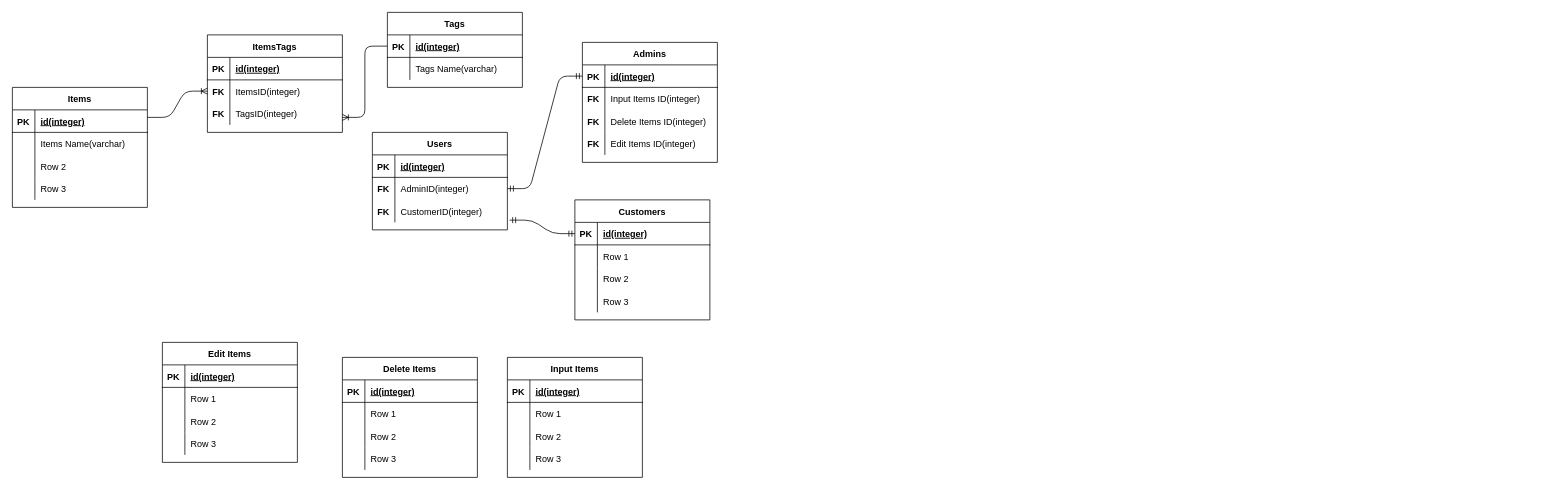
Above: ecommerce.drawio in fathurk/belajar-js (draw.io), before the change. Source tidied: cells renumbered, new cells numbered last; positions are measured from the earlier drawing's top-left corner, leaving out a move shared by most shapes. Both pictures are drawn from the tidied source at 75%, with x=0, y=0 at pixel (12, 12).
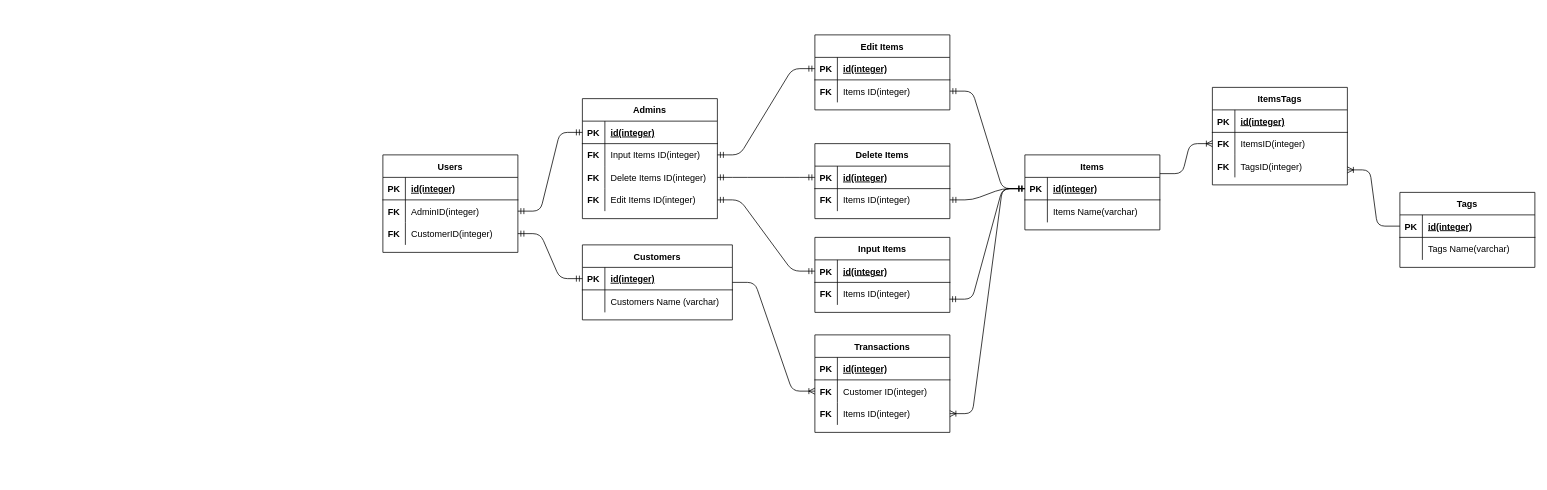
The same page after the edit.

Unchanged cells that the change refers to:
```xml
<mxCell id="9" style="shape=partialRectangle;fillColor=none;top=0;left=0;bottom=0;right=0;points=[[0,0.5],[1,0.5]];portConstraint=eastwest;" parent="2" vertex="1">
  <mxGeometry y="90" width="180" height="30" as="geometry" />
</mxCell>
<mxCell id="29" style="shape=partialRectangle;fillColor=none;top=0;left=0;bottom=0;right=0;points=[[0,0.5],[1,0.5]];portConstraint=eastwest;" parent="25" vertex="1">
  <mxGeometry y="60" width="180" height="30" as="geometry" />
</mxCell>
<mxCell id="32" style="shape=partialRectangle;fillColor=none;top=0;left=0;bottom=0;right=0;points=[[0,0.5],[1,0.5]];portConstraint=eastwest;" parent="25" vertex="1">
  <mxGeometry y="90" width="180" height="30" as="geometry" />
</mxCell>
<mxCell id="35" style="shape=partialRectangle;fillColor=none;top=0;left=0;bottom=0;right=0;points=[[0,0.5],[1,0.5]];portConstraint=eastwest;" parent="25" vertex="1">
  <mxGeometry y="120" width="180" height="30" as="geometry" />
</mxCell>
<mxCell id="39" style="shape=partialRectangle;fillColor=none;top=0;left=0;bottom=1;right=0;points=[[0,0.5],[1,0.5]];portConstraint=eastwest;" parent="38" vertex="1">
  <mxGeometry y="30" width="180" height="30" as="geometry" />
</mxCell>
<mxCell id="70" style="shape=partialRectangle;fillColor=none;top=0;left=0;bottom=1;right=0;points=[[0,0.5],[1,0.5]];portConstraint=eastwest;" parent="69" vertex="1">
  <mxGeometry y="30" width="180" height="30" as="geometry" />
</mxCell>
<mxCell id="73" style="shape=partialRectangle;fillColor=none;top=0;left=0;bottom=0;right=0;points=[[0,0.5],[1,0.5]];portConstraint=eastwest;" parent="69" vertex="1">
  <mxGeometry y="60" width="180" height="30" as="geometry" />
</mxCell>
<mxCell id="83" style="shape=partialRectangle;fillColor=none;top=0;left=0;bottom=1;right=0;points=[[0,0.5],[1,0.5]];portConstraint=eastwest;" parent="82" vertex="1">
  <mxGeometry y="30" width="180" height="30" as="geometry" />
</mxCell>
<mxCell id="86" style="shape=partialRectangle;fillColor=none;top=0;left=0;bottom=0;right=0;points=[[0,0.5],[1,0.5]];portConstraint=eastwest;" parent="82" vertex="1">
  <mxGeometry y="60" width="180" height="30" as="geometry" />
</mxCell>
<mxCell id="96" style="shape=partialRectangle;fillColor=none;top=0;left=0;bottom=1;right=0;points=[[0,0.5],[1,0.5]];portConstraint=eastwest;" parent="95" vertex="1">
  <mxGeometry y="30" width="180" height="30" as="geometry" />
</mxCell>
<mxCell id="99" style="shape=partialRectangle;fillColor=none;top=0;left=0;bottom=0;right=0;points=[[0,0.5],[1,0.5]];portConstraint=eastwest;" parent="95" vertex="1">
  <mxGeometry y="60" width="180" height="30" as="geometry" />
</mxCell>
```

Diff of the diagram source:
```diff
@@
     <mxCell id="2" value="Users" style="shape=table;startSize=30;childLayout=tableLayout;rowLines=0;fontStyle=1;align=center;" parent="1" vertex="1">
-      <mxGeometry x="480" y="160" width="180" height="130" as="geometry" />
+      <mxGeometry x="494" y="190" width="180" height="130" as="geometry" />
     </mxCell>
@@
     <mxCell id="12" value="Customers" style="shape=table;startSize=30;childLayout=tableLayout;rowLines=0;fontStyle=1;align=center;" parent="1" vertex="1">
-      <mxGeometry x="750" y="250" width="180" height="160" as="geometry" />
+      <mxGeometry x="760" y="310" width="200" height="100" as="geometry" />
     </mxCell>
     <mxCell id="13" style="shape=partialRectangle;fillColor=none;top=0;left=0;bottom=1;right=0;points=[[0,0.5],[1,0.5]];portConstraint=eastwest;" parent="12" vertex="1">
-      <mxGeometry y="30" width="180" height="30" as="geometry" />
+      <mxGeometry y="30" width="200" height="30" as="geometry" />
     </mxCell>
@@
     <mxCell id="15" value="id(integer)" style="shape=partialRectangle;fillColor=none;top=0;left=0;bottom=0;right=0;align=left;spacingLeft=6;fontStyle=5;overflow=hidden;" parent="13" vertex="1">
-      <mxGeometry x="30" width="150" height="30" as="geometry" />
+      <mxGeometry x="30" width="170" height="30" as="geometry" />
     </mxCell>
     <mxCell id="16" style="shape=partialRectangle;fillColor=none;top=0;left=0;bottom=0;right=0;" parent="12" vertex="1">
-      <mxGeometry y="60" width="180" height="30" as="geometry" />
+      <mxGeometry y="60" width="200" height="30" as="geometry" />
     </mxCell>
@@
-    <mxCell id="18" value="Row 1" style="shape=partialRectangle;fillColor=none;top=0;left=0;bottom=0;right=0;align=left;spacingLeft=6;overflow=hidden;" parent="16" vertex="1">
-      <mxGeometry x="30" width="150" height="30" as="geometry" />
+    <mxCell id="18" value="Customers Name (varchar)" style="shape=partialRectangle;fillColor=none;top=0;left=0;bottom=0;right=0;align=left;spacingLeft=6;overflow=hidden;" parent="16" vertex="1">
+      <mxGeometry x="30" width="170" height="30" as="geometry" />
     </mxCell>
-    <mxCell id="19" style="shape=partialRectangle;fillColor=none;top=0;left=0;bottom=0;right=0;" parent="12" vertex="1">
-      <mxGeometry y="90" width="180" height="30" as="geometry" />
-    </mxCell>
-    <mxCell id="20" style="shape=partialRectangle;fillColor=none;top=0;left=0;bottom=0;right=0;overflow=hidden;" parent="19" vertex="1">
-      <mxGeometry width="30" height="30" as="geometry" />
-    </mxCell>
-    <mxCell id="21" value="Row 2" style="shape=partialRectangle;fillColor=none;top=0;left=0;bottom=0;right=0;align=left;spacingLeft=6;overflow=hidden;" parent="19" vertex="1">
-      <mxGeometry x="30" width="150" height="30" as="geometry" />
-    </mxCell>
-    <mxCell id="22" style="shape=partialRectangle;fillColor=none;top=0;left=0;bottom=0;right=0;" parent="12" vertex="1">
-      <mxGeometry y="120" width="180" height="30" as="geometry" />
-    </mxCell>
-    <mxCell id="23" style="shape=partialRectangle;fillColor=none;top=0;left=0;bottom=0;right=0;overflow=hidden;" parent="22" vertex="1">
-      <mxGeometry width="30" height="30" as="geometry" />
-    </mxCell>
-    <mxCell id="24" value="Row 3" style="shape=partialRectangle;fillColor=none;top=0;left=0;bottom=0;right=0;align=left;spacingLeft=6;overflow=hidden;" parent="22" vertex="1">
-      <mxGeometry x="30" width="150" height="30" as="geometry" />
-    </mxCell>
     <mxCell id="25" value="Admins" style="shape=table;startSize=30;childLayout=tableLayout;rowLines=0;fontStyle=1;align=center;" parent="1" vertex="1">
-      <mxGeometry x="760" y="40" width="180" height="160" as="geometry" />
+      <mxGeometry x="760" y="115" width="180" height="160" as="geometry" />
     </mxCell>
@@
     <mxCell id="38" value="Items" style="shape=table;startSize=30;childLayout=tableLayout;rowLines=0;fontStyle=1;align=center;" parent="1" vertex="1">
-      <mxGeometry y="100" width="180" height="160" as="geometry" />
+      <mxGeometry x="1350" y="190" width="180" height="100" as="geometry" />
     </mxCell>
@@
-    <mxCell id="45" style="shape=partialRectangle;fillColor=none;top=0;left=0;bottom=0;right=0;" parent="38" vertex="1">
-      <mxGeometry y="90" width="180" height="30" as="geometry" />
-    </mxCell>
-    <mxCell id="46" style="shape=partialRectangle;fillColor=none;top=0;left=0;bottom=0;right=0;overflow=hidden;" parent="45" vertex="1">
-      <mxGeometry width="30" height="30" as="geometry" />
-    </mxCell>
-    <mxCell id="47" value="Row 2" style="shape=partialRectangle;fillColor=none;top=0;left=0;bottom=0;right=0;align=left;spacingLeft=6;overflow=hidden;" parent="45" vertex="1">
-      <mxGeometry x="30" width="150" height="30" as="geometry" />
-    </mxCell>
-    <mxCell id="48" style="shape=partialRectangle;fillColor=none;top=0;left=0;bottom=0;right=0;" parent="38" vertex="1">
-      <mxGeometry y="120" width="180" height="30" as="geometry" />
-    </mxCell>
-    <mxCell id="49" style="shape=partialRectangle;fillColor=none;top=0;left=0;bottom=0;right=0;overflow=hidden;" parent="48" vertex="1">
-      <mxGeometry width="30" height="30" as="geometry" />
-    </mxCell>
-    <mxCell id="50" value="Row 3" style="shape=partialRectangle;fillColor=none;top=0;left=0;bottom=0;right=0;align=left;spacingLeft=6;overflow=hidden;" parent="48" vertex="1">
-      <mxGeometry x="30" width="150" height="30" as="geometry" />
-    </mxCell>
     <mxCell id="51" value="Tags" style="shape=table;startSize=30;childLayout=tableLayout;rowLines=0;fontStyle=1;align=center;" parent="1" vertex="1">
-      <mxGeometry x="500" width="180" height="100" as="geometry" />
+      <mxGeometry x="1850" y="240" width="180" height="100" as="geometry" />
     </mxCell>
@@
     <mxCell id="58" value="ItemsTags" style="shape=table;startSize=30;childLayout=tableLayout;rowLines=0;fontStyle=1;align=center;" parent="1" vertex="1">
-      <mxGeometry x="260" y="30" width="180" height="130" as="geometry" />
+      <mxGeometry x="1600" y="100" width="180" height="130" as="geometry" />
     </mxCell>
@@
     <mxCell id="69" value="Edit Items" style="shape=table;startSize=30;childLayout=tableLayout;rowLines=0;fontStyle=1;align=center;" parent="1" vertex="1">
-      <mxGeometry x="200" y="440" width="180" height="160" as="geometry" />
+      <mxGeometry x="1070" y="30" width="180" height="100" as="geometry" />
     </mxCell>
@@
-    <mxCell id="74" style="shape=partialRectangle;fillColor=none;top=0;left=0;bottom=0;right=0;overflow=hidden;" parent="73" vertex="1">
+    <mxCell id="74" value="FK" style="shape=partialRectangle;fillColor=none;top=0;left=0;bottom=0;right=0;overflow=hidden;fontStyle=1;" parent="73" vertex="1">
       <mxGeometry width="30" height="30" as="geometry" />
     </mxCell>
-    <mxCell id="75" value="Row 1" style="shape=partialRectangle;fillColor=none;top=0;left=0;bottom=0;right=0;align=left;spacingLeft=6;overflow=hidden;" parent="73" vertex="1">
+    <mxCell id="75" value="Items ID(integer)" style="shape=partialRectangle;fillColor=none;top=0;left=0;bottom=0;right=0;align=left;spacingLeft=6;overflow=hidden;" parent="73" vertex="1">
       <mxGeometry x="30" width="150" height="30" as="geometry" />
     </mxCell>
-    <mxCell id="76" style="shape=partialRectangle;fillColor=none;top=0;left=0;bottom=0;right=0;" parent="69" vertex="1">
-      <mxGeometry y="90" width="180" height="30" as="geometry" />
-    </mxCell>
-    <mxCell id="77" style="shape=partialRectangle;fillColor=none;top=0;left=0;bottom=0;right=0;overflow=hidden;" parent="76" vertex="1">
-      <mxGeometry width="30" height="30" as="geometry" />
-    </mxCell>
-    <mxCell id="78" value="Row 2" style="shape=partialRectangle;fillColor=none;top=0;left=0;bottom=0;right=0;align=left;spacingLeft=6;overflow=hidden;" parent="76" vertex="1">
-      <mxGeometry x="30" width="150" height="30" as="geometry" />
-    </mxCell>
-    <mxCell id="79" style="shape=partialRectangle;fillColor=none;top=0;left=0;bottom=0;right=0;" parent="69" vertex="1">
-      <mxGeometry y="120" width="180" height="30" as="geometry" />
-    </mxCell>
-    <mxCell id="80" style="shape=partialRectangle;fillColor=none;top=0;left=0;bottom=0;right=0;overflow=hidden;" parent="79" vertex="1">
-      <mxGeometry width="30" height="30" as="geometry" />
-    </mxCell>
-    <mxCell id="81" value="Row 3" style="shape=partialRectangle;fillColor=none;top=0;left=0;bottom=0;right=0;align=left;spacingLeft=6;overflow=hidden;" parent="79" vertex="1">
-      <mxGeometry x="30" width="150" height="30" as="geometry" />
-    </mxCell>
     <mxCell id="82" value="Delete Items" style="shape=table;startSize=30;childLayout=tableLayout;rowLines=0;fontStyle=1;align=center;" parent="1" vertex="1">
-      <mxGeometry x="440" y="460" width="180" height="160" as="geometry" />
+      <mxGeometry x="1070" y="175" width="180" height="100" as="geometry" />
     </mxCell>
@@
-    <mxCell id="87" style="shape=partialRectangle;fillColor=none;top=0;left=0;bottom=0;right=0;overflow=hidden;" parent="86" vertex="1">
+    <mxCell id="87" value="FK" style="shape=partialRectangle;fillColor=none;top=0;left=0;bottom=0;right=0;overflow=hidden;fontStyle=1;" parent="86" vertex="1">
       <mxGeometry width="30" height="30" as="geometry" />
     </mxCell>
-    <mxCell id="88" value="Row 1" style="shape=partialRectangle;fillColor=none;top=0;left=0;bottom=0;right=0;align=left;spacingLeft=6;overflow=hidden;" parent="86" vertex="1">
+    <mxCell id="88" value="Items ID(integer)" style="shape=partialRectangle;fillColor=none;top=0;left=0;bottom=0;right=0;align=left;spacingLeft=6;overflow=hidden;" parent="86" vertex="1">
       <mxGeometry x="30" width="150" height="30" as="geometry" />
     </mxCell>
-    <mxCell id="89" style="shape=partialRectangle;fillColor=none;top=0;left=0;bottom=0;right=0;" parent="82" vertex="1">
-      <mxGeometry y="90" width="180" height="30" as="geometry" />
-    </mxCell>
-    <mxCell id="90" style="shape=partialRectangle;fillColor=none;top=0;left=0;bottom=0;right=0;overflow=hidden;" parent="89" vertex="1">
-      <mxGeometry width="30" height="30" as="geometry" />
-    </mxCell>
-    <mxCell id="91" value="Row 2" style="shape=partialRectangle;fillColor=none;top=0;left=0;bottom=0;right=0;align=left;spacingLeft=6;overflow=hidden;" parent="89" vertex="1">
-      <mxGeometry x="30" width="150" height="30" as="geometry" />
-    </mxCell>
-    <mxCell id="92" style="shape=partialRectangle;fillColor=none;top=0;left=0;bottom=0;right=0;" parent="82" vertex="1">
-      <mxGeometry y="120" width="180" height="30" as="geometry" />
-    </mxCell>
-    <mxCell id="93" style="shape=partialRectangle;fillColor=none;top=0;left=0;bottom=0;right=0;overflow=hidden;" parent="92" vertex="1">
-      <mxGeometry width="30" height="30" as="geometry" />
-    </mxCell>
-    <mxCell id="94" value="Row 3" style="shape=partialRectangle;fillColor=none;top=0;left=0;bottom=0;right=0;align=left;spacingLeft=6;overflow=hidden;" parent="92" vertex="1">
-      <mxGeometry x="30" width="150" height="30" as="geometry" />
-    </mxCell>
     <mxCell id="95" value="Input Items" style="shape=table;startSize=30;childLayout=tableLayout;rowLines=0;fontStyle=1;align=center;" parent="1" vertex="1">
-      <mxGeometry x="660" y="460" width="180" height="160" as="geometry" />
+      <mxGeometry x="1070" y="300" width="180" height="100" as="geometry" />
     </mxCell>
@@
-    <mxCell id="100" style="shape=partialRectangle;fillColor=none;top=0;left=0;bottom=0;right=0;overflow=hidden;" parent="99" vertex="1">
+    <mxCell id="100" value="FK" style="shape=partialRectangle;fillColor=none;top=0;left=0;bottom=0;right=0;overflow=hidden;fontStyle=1;" parent="99" vertex="1">
       <mxGeometry width="30" height="30" as="geometry" />
     </mxCell>
-    <mxCell id="101" value="Row 1" style="shape=partialRectangle;fillColor=none;top=0;left=0;bottom=0;right=0;align=left;spacingLeft=6;overflow=hidden;" parent="99" vertex="1">
+    <mxCell id="101" value="Items ID(integer)" style="shape=partialRectangle;fillColor=none;top=0;left=0;bottom=0;right=0;align=left;spacingLeft=6;overflow=hidden;" parent="99" vertex="1">
       <mxGeometry x="30" width="150" height="30" as="geometry" />
     </mxCell>
-    <mxCell id="102" style="shape=partialRectangle;fillColor=none;top=0;left=0;bottom=0;right=0;" parent="95" vertex="1">
-      <mxGeometry y="90" width="180" height="30" as="geometry" />
-    </mxCell>
-    <mxCell id="103" style="shape=partialRectangle;fillColor=none;top=0;left=0;bottom=0;right=0;overflow=hidden;" parent="102" vertex="1">
-      <mxGeometry width="30" height="30" as="geometry" />
-    </mxCell>
-    <mxCell id="104" value="Row 2" style="shape=partialRectangle;fillColor=none;top=0;left=0;bottom=0;right=0;align=left;spacingLeft=6;overflow=hidden;" parent="102" vertex="1">
-      <mxGeometry x="30" width="150" height="30" as="geometry" />
-    </mxCell>
-    <mxCell id="105" style="shape=partialRectangle;fillColor=none;top=0;left=0;bottom=0;right=0;" parent="95" vertex="1">
-      <mxGeometry y="120" width="180" height="30" as="geometry" />
-    </mxCell>
-    <mxCell id="106" style="shape=partialRectangle;fillColor=none;top=0;left=0;bottom=0;right=0;overflow=hidden;" parent="105" vertex="1">
-      <mxGeometry width="30" height="30" as="geometry" />
-    </mxCell>
-    <mxCell id="107" value="Row 3" style="shape=partialRectangle;fillColor=none;top=0;left=0;bottom=0;right=0;align=left;spacingLeft=6;overflow=hidden;" parent="105" vertex="1">
-      <mxGeometry x="30" width="150" height="30" as="geometry" />
-    </mxCell>
@@
-    <mxCell id="110" style="edgeStyle=entityRelationEdgeStyle;fontSize=12;html=1;endArrow=ERmandOne;startArrow=ERmandOne;exitX=1.017;exitY=0.9;exitDx=0;exitDy=0;exitPerimeter=0;entryX=0;entryY=0.5;entryDx=0;entryDy=0;" parent="1" edge="1" source="9" target="13">
+    <mxCell id="110" style="edgeStyle=entityRelationEdgeStyle;fontSize=12;html=1;endArrow=ERmandOne;startArrow=ERmandOne;entryX=0;entryY=0.5;entryDx=0;entryDy=0;" parent="1" edge="1" source="9" target="13">
       <mxGeometry relative="1" as="geometry" />
     </mxCell>
+    <mxCell id="111" style="edgeStyle=entityRelationEdgeStyle;fontSize=12;html=1;endArrow=ERmandOne;startArrow=ERmandOne;entryX=0;entryY=0.5;entryDx=0;entryDy=0;exitX=1;exitY=0.5;exitDx=0;exitDy=0;" parent="1" edge="1" source="73" target="39">
+      <mxGeometry relative="1" as="geometry" />
+    </mxCell>
+    <mxCell id="112" style="edgeStyle=entityRelationEdgeStyle;fontSize=12;html=1;endArrow=ERmandOne;startArrow=ERmandOne;entryX=0;entryY=0.5;entryDx=0;entryDy=0;exitX=1;exitY=0.5;exitDx=0;exitDy=0;" parent="1" edge="1" source="86" target="39">
+      <mxGeometry relative="1" as="geometry" />
+    </mxCell>
+    <mxCell id="113" style="edgeStyle=entityRelationEdgeStyle;fontSize=12;html=1;endArrow=ERmandOne;startArrow=ERmandOne;entryX=0;entryY=0.5;entryDx=0;entryDy=0;exitX=0.998;exitY=0.746;exitDx=0;exitDy=0;exitPerimeter=0;" parent="1" edge="1" source="99" target="39">
+      <mxGeometry relative="1" as="geometry" />
+    </mxCell>
+    <mxCell id="114" style="edgeStyle=entityRelationEdgeStyle;fontSize=12;html=1;endArrow=ERmandOne;startArrow=ERmandOne;entryX=1;entryY=0.5;entryDx=0;entryDy=0;exitX=0;exitY=0.5;exitDx=0;exitDy=0;" parent="1" edge="1" source="70" target="29">
+      <mxGeometry relative="1" as="geometry" />
+    </mxCell>
+    <mxCell id="115" style="edgeStyle=entityRelationEdgeStyle;fontSize=12;html=1;endArrow=ERmandOne;startArrow=ERmandOne;entryX=0;entryY=0.5;entryDx=0;entryDy=0;exitX=1;exitY=0.5;exitDx=0;exitDy=0;" parent="1" edge="1" source="32" target="83">
+      <mxGeometry relative="1" as="geometry" />
+    </mxCell>
+    <mxCell id="116" style="edgeStyle=entityRelationEdgeStyle;fontSize=12;html=1;endArrow=ERmandOne;startArrow=ERmandOne;entryX=1;entryY=0.5;entryDx=0;entryDy=0;exitX=0;exitY=0.5;exitDx=0;exitDy=0;" parent="1" edge="1" source="96" target="35">
+      <mxGeometry relative="1" as="geometry" />
+    </mxCell>
+    <mxCell id="117" value="Transactions" style="shape=table;startSize=30;childLayout=tableLayout;rowLines=0;fontStyle=1;align=center;" parent="1" vertex="1">
+      <mxGeometry x="1070" y="430" width="180" height="130" as="geometry" />
+    </mxCell>
+    <mxCell id="118" style="shape=partialRectangle;fillColor=none;top=0;left=0;bottom=1;right=0;" parent="117" vertex="1">
+      <mxGeometry y="30" width="180" height="30" as="geometry" />
+    </mxCell>
+    <mxCell id="119" value="PK" style="shape=partialRectangle;fillColor=none;top=0;left=0;bottom=0;right=0;fontStyle=1;overflow=hidden;" parent="118" vertex="1">
+      <mxGeometry width="30" height="30" as="geometry" />
+    </mxCell>
+    <mxCell id="120" value="id(integer)" style="shape=partialRectangle;fillColor=none;top=0;left=0;bottom=0;right=0;align=left;spacingLeft=6;fontStyle=5;overflow=hidden;" parent="118" vertex="1">
+      <mxGeometry x="30" width="150" height="30" as="geometry" />
+    </mxCell>
+    <mxCell id="121" style="shape=partialRectangle;fillColor=none;top=0;left=0;bottom=0;right=0;points=[[0,0.5],[1,0.5]];portConstraint=eastwest;" parent="117" vertex="1">
+      <mxGeometry y="60" width="180" height="30" as="geometry" />
+    </mxCell>
+    <mxCell id="122" value="FK" style="shape=partialRectangle;fillColor=none;top=0;left=0;bottom=0;right=0;overflow=hidden;fontStyle=1;" parent="121" vertex="1">
+      <mxGeometry width="30" height="30" as="geometry" />
+    </mxCell>
+    <mxCell id="123" value="Customer ID(integer)" style="shape=partialRectangle;fillColor=none;top=0;left=0;bottom=0;right=0;align=left;spacingLeft=6;overflow=hidden;" parent="121" vertex="1">
+      <mxGeometry x="30" width="150" height="30" as="geometry" />
+    </mxCell>
+    <mxCell id="124" style="shape=partialRectangle;fillColor=none;top=0;left=0;bottom=0;right=0;points=[[0,0.5],[1,0.5]];portConstraint=eastwest;" parent="117" vertex="1">
+      <mxGeometry y="90" width="180" height="30" as="geometry" />
+    </mxCell>
+    <mxCell id="125" value="FK" style="shape=partialRectangle;fillColor=none;top=0;left=0;bottom=0;right=0;overflow=hidden;fontStyle=1;" parent="124" vertex="1">
+      <mxGeometry width="30" height="30" as="geometry" />
+    </mxCell>
+    <mxCell id="126" value="Items ID(integer)" style="shape=partialRectangle;fillColor=none;top=0;left=0;bottom=0;right=0;align=left;spacingLeft=6;overflow=hidden;" parent="124" vertex="1">
+      <mxGeometry x="30" width="150" height="30" as="geometry" />
+    </mxCell>
+    <mxCell id="127" style="edgeStyle=entityRelationEdgeStyle;fontSize=12;html=1;endArrow=ERoneToMany;exitX=1;exitY=0.5;exitDx=0;exitDy=0;" parent="1" edge="1" source="12" target="121">
+      <mxGeometry relative="1" as="geometry" />
+    </mxCell>
+    <mxCell id="128" style="edgeStyle=entityRelationEdgeStyle;fontSize=12;html=1;endArrow=ERoneToMany;exitX=0;exitY=0.5;exitDx=0;exitDy=0;entryX=1;entryY=0.5;entryDx=0;entryDy=0;" parent="1" edge="1" source="39" target="124">
+      <mxGeometry relative="1" as="geometry" />
+    </mxCell>
```
